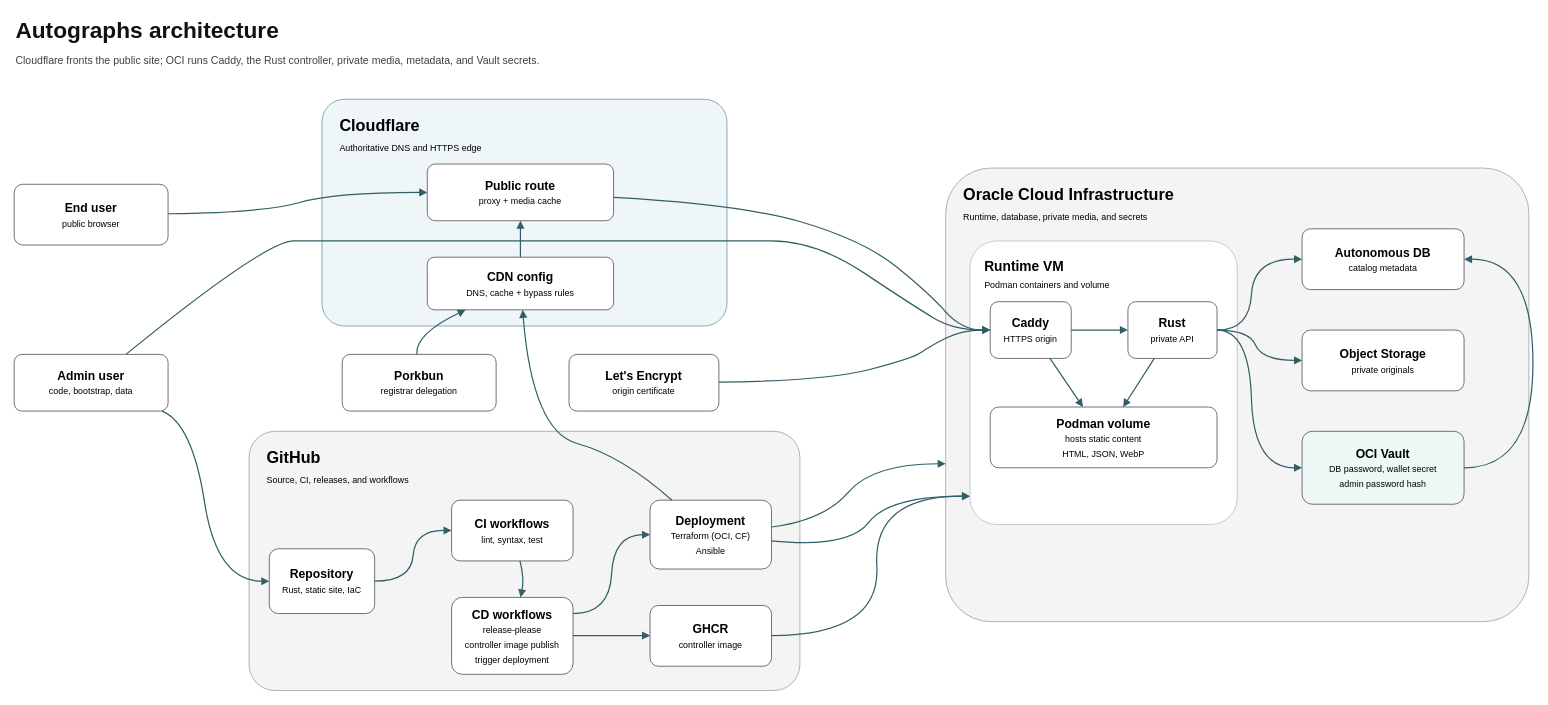
jetsaredim/autographs keeps this draw.io diagram as docs/architecture.drawio. Above is the earlier version. Source tidied: cells renumbered, new cells numbered last; positions are measured from the earlier drawing's top-left corner, leaving out a move shared by most shapes. Both pictures are drawn from the tidied source at 81%, with x=0, y=0 at pixel (14, 14).
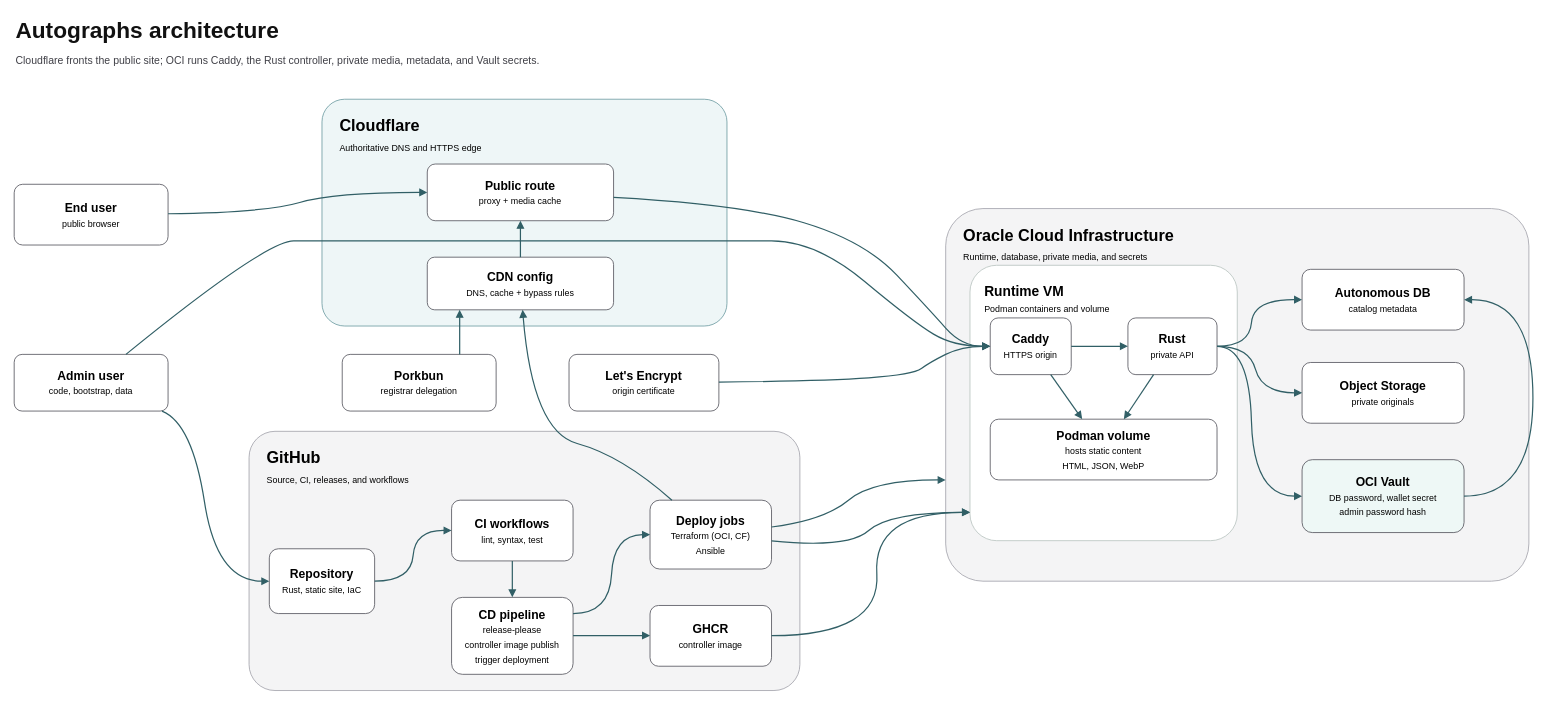
The same page after the edit.

Commit message (it also covers changes not shown here):
docs: clarify CD pipeline and compact OCI diagram

Unchanged cells that the change refers to:
```xml
<mxCell id="8" value="&lt;b&gt;Public route&lt;/b&gt;&lt;br&gt;&lt;font style=&quot;font-size: 11px; font-weight: 400;&quot;&gt;proxy + media cache&lt;/font&gt;" style="rounded=1;whiteSpace=wrap;html=1;fillColor=#ffffff;strokeColor=#52525b;arcSize=14;align=center;verticalAlign=middle;fontSize=15;" parent="1" vertex="1">
  <mxGeometry x="510" y="185" width="230" height="70" as="geometry" />
</mxCell>
<mxCell id="9" value="&lt;b&gt;CDN config&lt;/b&gt;&lt;br&gt;&lt;font style=&quot;font-size: 11px; font-weight: 400;&quot;&gt;DNS, cache + bypass rules&lt;/font&gt;" style="rounded=1;whiteSpace=wrap;html=1;fillColor=#ffffff;strokeColor=#52525b;arcSize=14;align=center;verticalAlign=middle;fontSize=15;" parent="1" vertex="1">
  <mxGeometry x="510" y="300" width="230" height="65" as="geometry" />
</mxCell>
<mxCell id="11" value="&lt;b&gt;CI workflows&lt;/b&gt;&lt;br&gt;&lt;font style=&quot;font-size: 11px; font-weight: 400;&quot;&gt;lint, syntax, test&lt;/font&gt;" style="rounded=1;whiteSpace=wrap;html=1;fillColor=#ffffff;strokeColor=#52525b;arcSize=14;align=center;verticalAlign=middle;fontSize=15;" parent="1" vertex="1">
  <mxGeometry x="540" y="600" width="150" height="75" as="geometry" />
</mxCell>
<mxCell id="14" value="&lt;b&gt;GHCR&lt;/b&gt;&lt;br&gt;&lt;font style=&quot;font-size: 11px; font-weight: 400;&quot;&gt;controller image&lt;/font&gt;" style="rounded=1;whiteSpace=wrap;html=1;fillColor=#ffffff;strokeColor=#52525b;arcSize=14;align=center;verticalAlign=middle;fontSize=15;" parent="1" vertex="1">
  <mxGeometry x="785" y="730" width="150" height="75" as="geometry" />
</mxCell>
<mxCell id="22" value="&lt;b&gt;Porkbun&lt;/b&gt;&lt;br&gt;&lt;font style=&quot;font-size: 11px; font-weight: 400;&quot;&gt;registrar delegation&lt;/font&gt;" style="rounded=1;whiteSpace=wrap;html=1;fillColor=#ffffff;strokeColor=#52525b;arcSize=14;align=center;verticalAlign=middle;fontSize=15;" parent="1" vertex="1">
  <mxGeometry x="405" y="420" width="190" height="70" as="geometry" />
</mxCell>
<mxCell id="23" value="&lt;b&gt;Admin user&lt;/b&gt;&lt;br&gt;&lt;font style=&quot;font-size: 11px; font-weight: 400;&quot;&gt;code, bootstrap, data&lt;/font&gt;" style="rounded=1;whiteSpace=wrap;html=1;fillColor=#ffffff;strokeColor=#52525b;arcSize=14;align=center;verticalAlign=middle;fontSize=15;" parent="1" vertex="1">
  <mxGeometry y="420" width="190" height="70" as="geometry" />
</mxCell>
<mxCell id="24" value="&lt;b&gt;Let&amp;#x27;s Encrypt&lt;/b&gt;&lt;br&gt;&lt;font style=&quot;font-size: 11px; font-weight: 400;&quot;&gt;origin certificate&lt;/font&gt;" style="rounded=1;whiteSpace=wrap;html=1;fillColor=#ffffff;strokeColor=#52525b;arcSize=14;align=center;verticalAlign=middle;fontSize=15;" parent="1" vertex="1">
  <mxGeometry x="685" y="420" width="185" height="70" as="geometry" />
</mxCell>
```

The edit, as a diff of the source:
```diff
@@
     <mxCell id="6" value="&lt;b&gt;Oracle Cloud Infrastructure&lt;/b&gt;&lt;br&gt;&lt;font style=&quot;font-size: 11px; font-weight: 400;&quot;&gt;Runtime, database, private media, and secrets&lt;/font&gt;" style="rounded=1;whiteSpace=wrap;html=1;fillColor=#f4f4f5;strokeColor=#a1a1aa;arcSize=10;align=left;verticalAlign=top;spacingLeft=20;spacingTop=14;fontSize=20;fontStyle=1;" parent="1" vertex="1">
-      <mxGeometry x="1150" y="190" width="720" height="560" as="geometry" />
+      <mxGeometry x="1150" y="240" width="720" height="460" as="geometry" />
     </mxCell>
     <mxCell id="7" value="&lt;b&gt;Runtime VM&lt;/b&gt;&lt;br&gt;&lt;font style=&quot;font-size: 11px; font-weight: 400;&quot;&gt;Podman containers and volume&lt;/font&gt;" style="rounded=1;whiteSpace=wrap;html=1;fillColor=#ffffff;strokeColor=#b8c3bf;arcSize=10;align=left;verticalAlign=top;spacingLeft=16;spacingTop=16;fontSize=17;fontStyle=1;" parent="1" vertex="1">
-      <mxGeometry x="1180" y="280" width="330" height="350" as="geometry" />
+      <mxGeometry x="1180" y="310" width="330" height="340" as="geometry" />
     </mxCell>
@@
-    <mxCell id="12" value="&lt;b&gt;CD workflows&lt;/b&gt;&lt;br&gt;&lt;font style=&quot;font-size: 11px; font-weight: 400;&quot;&gt;release-please&lt;br&gt;controller image publish&lt;br&gt;trigger deployment&lt;/font&gt;" style="rounded=1;whiteSpace=wrap;html=1;fillColor=#ffffff;strokeColor=#52525b;arcSize=14;align=center;verticalAlign=middle;fontSize=15;" parent="1" vertex="1">
+    <mxCell id="12" value="&lt;b&gt;CD pipeline&lt;/b&gt;&lt;br&gt;&lt;font style=&quot;font-size: 11px; font-weight: 400;&quot;&gt;release-please&lt;br&gt;controller image publish&lt;br&gt;trigger deployment&lt;/font&gt;" style="rounded=1;whiteSpace=wrap;html=1;fillColor=#ffffff;strokeColor=#52525b;arcSize=14;align=center;verticalAlign=middle;fontSize=15;" parent="1" vertex="1">
       <mxGeometry x="540" y="720" width="150" height="95" as="geometry" />
     </mxCell>
-    <mxCell id="13" value="&lt;b&gt;Deployment&lt;/b&gt;&lt;br&gt;&lt;font style=&quot;font-size: 11px; font-weight: 400;&quot;&gt;Terraform (OCI, CF)&lt;br&gt;Ansible&lt;/font&gt;" style="rounded=1;whiteSpace=wrap;html=1;fillColor=#ffffff;strokeColor=#52525b;arcSize=14;align=center;verticalAlign=middle;fontSize=15;" parent="1" vertex="1">
+    <mxCell id="13" value="&lt;b&gt;Deploy jobs&lt;/b&gt;&lt;br&gt;&lt;font style=&quot;font-size: 11px; font-weight: 400;&quot;&gt;Terraform (OCI, CF)&lt;br&gt;Ansible&lt;/font&gt;" style="rounded=1;whiteSpace=wrap;html=1;fillColor=#ffffff;strokeColor=#52525b;arcSize=14;align=center;verticalAlign=middle;fontSize=15;" parent="1" vertex="1">
       <mxGeometry x="785" y="600" width="150" height="85" as="geometry" />
     </mxCell>
@@
     <mxCell id="15" value="&lt;b&gt;Caddy&lt;/b&gt;&lt;br&gt;&lt;font style=&quot;font-size: 11px; font-weight: 400;&quot;&gt;HTTPS origin&lt;/font&gt;" style="rounded=1;whiteSpace=wrap;html=1;fillColor=#ffffff;strokeColor=#52525b;arcSize=14;align=center;verticalAlign=middle;fontSize=15;" parent="1" vertex="1">
-      <mxGeometry x="1205" y="355" width="100" height="70" as="geometry" />
+      <mxGeometry x="1205" y="375" width="100" height="70" as="geometry" />
     </mxCell>
     <mxCell id="16" value="&lt;b&gt;Rust&lt;/b&gt;&lt;br&gt;&lt;font style=&quot;font-size: 11px; font-weight: 400;&quot;&gt;private API&lt;/font&gt;" style="rounded=1;whiteSpace=wrap;html=1;fillColor=#ffffff;strokeColor=#52525b;arcSize=14;align=center;verticalAlign=middle;fontSize=15;" parent="1" vertex="1">
-      <mxGeometry x="1375" y="355" width="110" height="70" as="geometry" />
+      <mxGeometry x="1375" y="375" width="110" height="70" as="geometry" />
     </mxCell>
     <mxCell id="17" value="&lt;b&gt;Podman volume&lt;/b&gt;&lt;br&gt;&lt;font style=&quot;font-size: 11px; font-weight: 400;&quot;&gt;hosts static content&lt;br&gt;HTML, JSON, WebP&lt;/font&gt;" style="rounded=1;whiteSpace=wrap;html=1;fillColor=#ffffff;strokeColor=#52525b;arcSize=14;align=center;verticalAlign=middle;fontSize=15;" parent="1" vertex="1">
-      <mxGeometry x="1205" y="485" width="280" height="75" as="geometry" />
+      <mxGeometry x="1205" y="500" width="280" height="75" as="geometry" />
     </mxCell>
     <mxCell id="18" value="&lt;b&gt;Autonomous DB&lt;/b&gt;&lt;br&gt;&lt;font style=&quot;font-size: 11px; font-weight: 400;&quot;&gt;catalog metadata&lt;/font&gt;" style="rounded=1;whiteSpace=wrap;html=1;fillColor=#ffffff;strokeColor=#52525b;arcSize=14;align=center;verticalAlign=middle;fontSize=15;" parent="1" vertex="1">
-      <mxGeometry x="1590" y="265" width="200" height="75" as="geometry" />
+      <mxGeometry x="1590" y="315" width="200" height="75" as="geometry" />
     </mxCell>
     <mxCell id="19" value="&lt;b&gt;Object Storage&lt;/b&gt;&lt;br&gt;&lt;font style=&quot;font-size: 11px; font-weight: 400;&quot;&gt;private originals&lt;/font&gt;" style="rounded=1;whiteSpace=wrap;html=1;fillColor=#ffffff;strokeColor=#52525b;arcSize=14;align=center;verticalAlign=middle;fontSize=15;" parent="1" vertex="1">
-      <mxGeometry x="1590" y="390" width="200" height="75" as="geometry" />
+      <mxGeometry x="1590" y="430" width="200" height="75" as="geometry" />
     </mxCell>
     <mxCell id="20" value="&lt;b&gt;OCI Vault&lt;/b&gt;&lt;br&gt;&lt;font style=&quot;font-size: 11px; font-weight: 400;&quot;&gt;DB password, wallet secret&lt;br&gt;admin password hash&lt;/font&gt;" style="rounded=1;whiteSpace=wrap;html=1;fillColor=#eef8f6;strokeColor=#52525b;arcSize=14;align=center;verticalAlign=middle;fontSize=15;" parent="1" vertex="1">
-      <mxGeometry x="1590" y="515" width="200" height="90" as="geometry" />
+      <mxGeometry x="1590" y="550" width="200" height="90" as="geometry" />
     </mxCell>
@@
-    <mxCell id="26" style="endArrow=block;html=1;rounded=1;curved=1;strokeColor=#315f66;strokeWidth=1.5;fontSize=11;fontColor=#315f66;labelBackgroundColor=#ffffff;" parent="1" edge="1" source="22" target="9">
-      <mxGeometry relative="1" as="geometry">
-        <Array as="points">
-          <mxPoint x="495" y="395" />
-        </Array>
-      </mxGeometry>
+    <mxCell id="26" style="endArrow=block;html=1;rounded=1;curved=1;strokeColor=#315f66;strokeWidth=1.5;fontSize=11;fontColor=#315f66;labelBackgroundColor=#ffffff;exitX=0.7632;exitY=0;entryX=0.1739;entryY=1;" parent="1" edge="1" source="22" target="9">
+      <mxGeometry relative="1" as="geometry" />
     </mxCell>
@@
     <mxCell id="28" style="endArrow=block;html=1;rounded=1;curved=1;strokeColor=#315f66;strokeWidth=1.5;fontSize=11;fontColor=#315f66;labelBackgroundColor=#ffffff;" parent="1" edge="1" source="8" target="15">
       <mxGeometry relative="1" as="geometry">
         <Array as="points">
           <mxPoint x="900" y="235" />
           <mxPoint x="1050" y="280" />
-          <mxPoint x="1130" y="345" />
-          <mxPoint x="1170" y="390" />
+          <mxPoint x="1130" y="365" />
+          <mxPoint x="1170" y="410" />
         </Array>
       </mxGeometry>
     </mxCell>
     <mxCell id="29" style="endArrow=block;html=1;rounded=1;curved=1;strokeColor=#315f66;strokeWidth=1.5;fontSize=11;fontColor=#315f66;labelBackgroundColor=#ffffff;" parent="1" edge="1" source="23" target="15">
       <mxGeometry relative="1" as="geometry">
         <Array as="points">
           <mxPoint x="310" y="280" />
           <mxPoint x="380" y="280" />
           <mxPoint x="600" y="280" />
           <mxPoint x="880" y="280" />
           <mxPoint x="990" y="280" />
-          <mxPoint x="1110" y="360" />
-          <mxPoint x="1160" y="390" />
+          <mxPoint x="1110" y="380" />
+          <mxPoint x="1160" y="410" />
         </Array>
       </mxGeometry>
     </mxCell>
@@
-    <mxCell id="32" style="endArrow=block;html=1;rounded=1;curved=1;strokeColor=#315f66;strokeWidth=1.5;fontSize=11;fontColor=#315f66;labelBackgroundColor=#ffffff;" parent="1" edge="1" source="11" target="12">
-      <mxGeometry relative="1" as="geometry">
-        <Array as="points">
-          <mxPoint x="630" y="697" />
-        </Array>
-      </mxGeometry>
+    <mxCell id="32" style="endArrow=block;html=1;rounded=1;curved=1;strokeColor=#315f66;strokeWidth=1.5;fontSize=11;fontColor=#315f66;labelBackgroundColor=#ffffff;exitX=0.5;exitY=1;entryX=0.5;entryY=0;" parent="1" edge="1" source="11" target="12">
+      <mxGeometry relative="1" as="geometry" />
     </mxCell>
@@
-    <mxCell id="35" style="endArrow=block;html=1;rounded=1;curved=1;strokeColor=#315f66;strokeWidth=1.5;fontSize=11;fontColor=#315f66;labelBackgroundColor=#ffffff;entryX=0;entryY=0.9;" parent="1" edge="1" source="13" target="7">
+    <mxCell id="35" style="endArrow=block;html=1;rounded=1;curved=1;strokeColor=#315f66;strokeWidth=1.5;fontSize=11;fontColor=#315f66;labelBackgroundColor=#ffffff;entryX=0;entryY=0.8971;" parent="1" edge="1" source="13" target="7">
       <mxGeometry relative="1" as="geometry">
         <Array as="points">
           <mxPoint x="1030" y="660" />
-          <mxPoint x="1080" y="595" />
+          <mxPoint x="1080" y="615" />
         </Array>
       </mxGeometry>
     </mxCell>
-    <mxCell id="36" style="endArrow=block;html=1;rounded=1;curved=1;strokeColor=#315f66;strokeWidth=1.5;fontSize=11;fontColor=#315f66;labelBackgroundColor=#ffffff;entryX=0;entryY=0.6518;" parent="1" edge="1" source="13" target="6">
+    <mxCell id="36" style="endArrow=block;html=1;rounded=1;curved=1;strokeColor=#315f66;strokeWidth=1.5;fontSize=11;fontColor=#315f66;labelBackgroundColor=#ffffff;entryX=0;entryY=0.7283;" parent="1" edge="1" source="13" target="6">
       <mxGeometry relative="1" as="geometry">
         <Array as="points">
           <mxPoint x="1000" y="625" />
-          <mxPoint x="1060" y="555" />
+          <mxPoint x="1060" y="575" />
         </Array>
       </mxGeometry>
     </mxCell>
@@
-    <mxCell id="38" style="endArrow=block;html=1;rounded=1;curved=1;strokeColor=#315f66;strokeWidth=1.5;fontSize=11;fontColor=#315f66;labelBackgroundColor=#ffffff;entryX=0;entryY=0.9;" parent="1" edge="1" source="14" target="7">
+    <mxCell id="38" style="endArrow=block;html=1;rounded=1;curved=1;strokeColor=#315f66;strokeWidth=1.5;fontSize=11;fontColor=#315f66;labelBackgroundColor=#ffffff;entryX=0;entryY=0.8971;" parent="1" edge="1" source="14" target="7">
       <mxGeometry relative="1" as="geometry">
         <Array as="points">
           <mxPoint x="1070" y="767" />
-          <mxPoint x="1060" y="595" />
+          <mxPoint x="1060" y="615" />
         </Array>
       </mxGeometry>
     </mxCell>
     <mxCell id="39" style="endArrow=block;html=1;rounded=1;curved=1;strokeColor=#315f66;strokeWidth=1.5;fontSize=11;fontColor=#315f66;labelBackgroundColor=#ffffff;" parent="1" edge="1" source="24" target="15">
       <mxGeometry relative="1" as="geometry">
         <Array as="points">
           <mxPoint x="1000" y="453" />
-          <mxPoint x="1110" y="425" />
-          <mxPoint x="1130" y="410" />
-          <mxPoint x="1170" y="390" />
+          <mxPoint x="1110" y="445" />
+          <mxPoint x="1130" y="430" />
+          <mxPoint x="1170" y="410" />
         </Array>
       </mxGeometry>
     </mxCell>
@@
     <mxCell id="43" style="endArrow=block;html=1;rounded=1;curved=1;strokeColor=#315f66;strokeWidth=1.5;fontSize=11;fontColor=#315f66;labelBackgroundColor=#ffffff;exitX=1;exitY=0.5;entryX=0;entryY=0.5;" parent="1" edge="1" source="16" target="18">
       <mxGeometry relative="1" as="geometry">
         <Array as="points">
-          <mxPoint x="1525" y="390" />
-          <mxPoint x="1530" y="302" />
+          <mxPoint x="1525" y="410" />
+          <mxPoint x="1530" y="352" />
         </Array>
       </mxGeometry>
     </mxCell>
     <mxCell id="44" style="endArrow=block;html=1;rounded=1;curved=1;strokeColor=#315f66;strokeWidth=1.5;fontSize=11;fontColor=#315f66;labelBackgroundColor=#ffffff;exitX=1;exitY=0.5;entryX=0;entryY=0.5;" parent="1" edge="1" source="16" target="19">
       <mxGeometry relative="1" as="geometry">
         <Array as="points">
-          <mxPoint x="1525" y="390" />
-          <mxPoint x="1540" y="427" />
+          <mxPoint x="1525" y="410" />
+          <mxPoint x="1540" y="467" />
         </Array>
       </mxGeometry>
     </mxCell>
     <mxCell id="45" style="endArrow=block;html=1;rounded=1;curved=1;strokeColor=#315f66;strokeWidth=1.5;fontSize=11;fontColor=#315f66;labelBackgroundColor=#ffffff;exitX=1;exitY=0.5;entryX=0;entryY=0.5;" parent="1" edge="1" source="16" target="20">
       <mxGeometry relative="1" as="geometry">
         <Array as="points">
-          <mxPoint x="1525" y="390" />
-          <mxPoint x="1530" y="560" />
+          <mxPoint x="1525" y="410" />
+          <mxPoint x="1530" y="595" />
         </Array>
       </mxGeometry>
     </mxCell>
     <mxCell id="46" style="endArrow=block;html=1;rounded=1;curved=1;strokeColor=#315f66;strokeWidth=1.5;fontSize=11;fontColor=#315f66;labelBackgroundColor=#ffffff;exitX=1;exitY=0.5;entryX=1;entryY=0.5;" parent="1" edge="1" source="20" target="18">
       <mxGeometry relative="1" as="geometry">
         <Array as="points">
-          <mxPoint x="1875" y="560" />
-          <mxPoint x="1875" y="302" />
+          <mxPoint x="1875" y="595" />
+          <mxPoint x="1875" y="352" />
         </Array>
       </mxGeometry>
     </mxCell>
```
